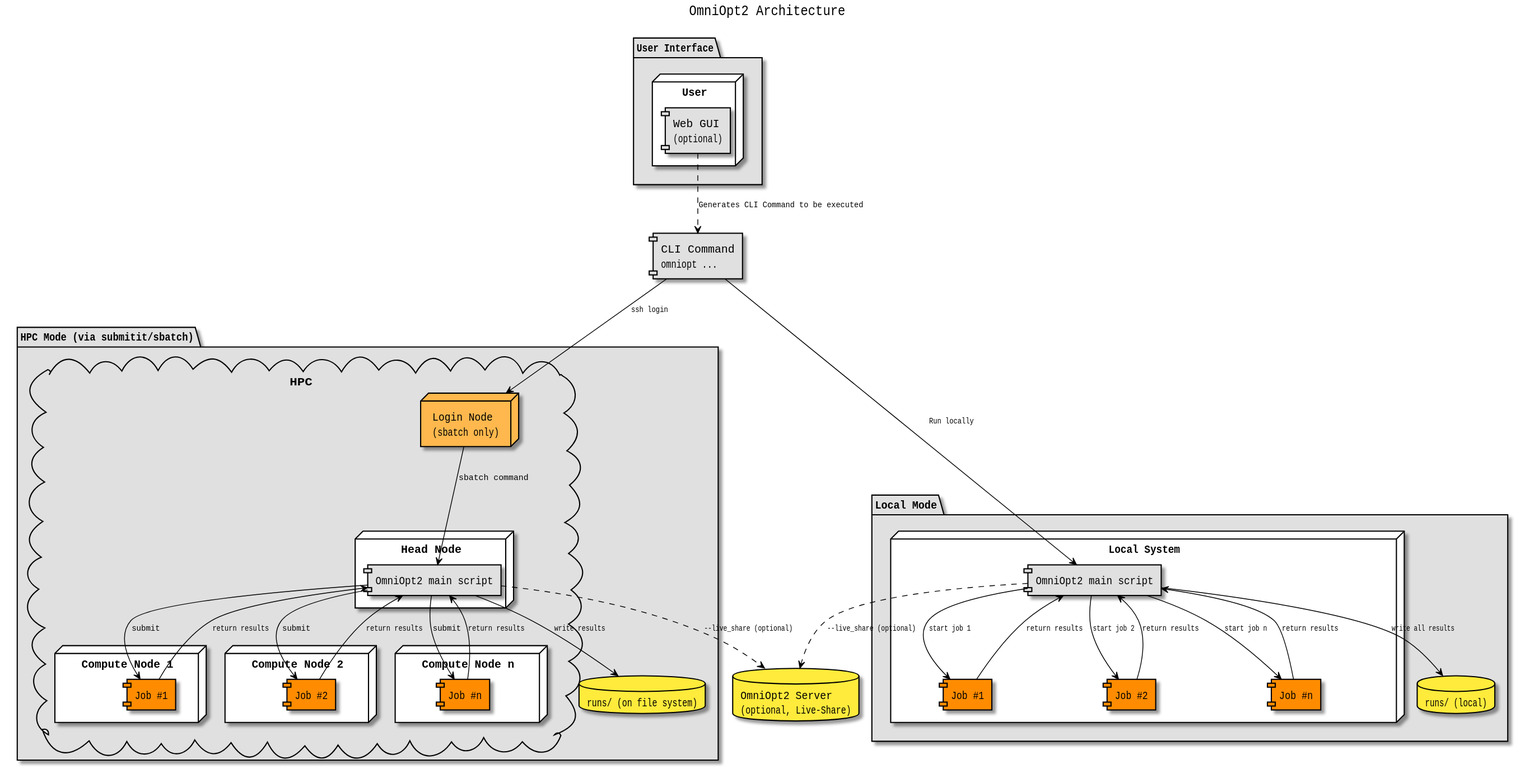
Above: .gui/documentation/output_light/architecture.svg in NormanTUD/OmniOpt (PlantUML), before the change.
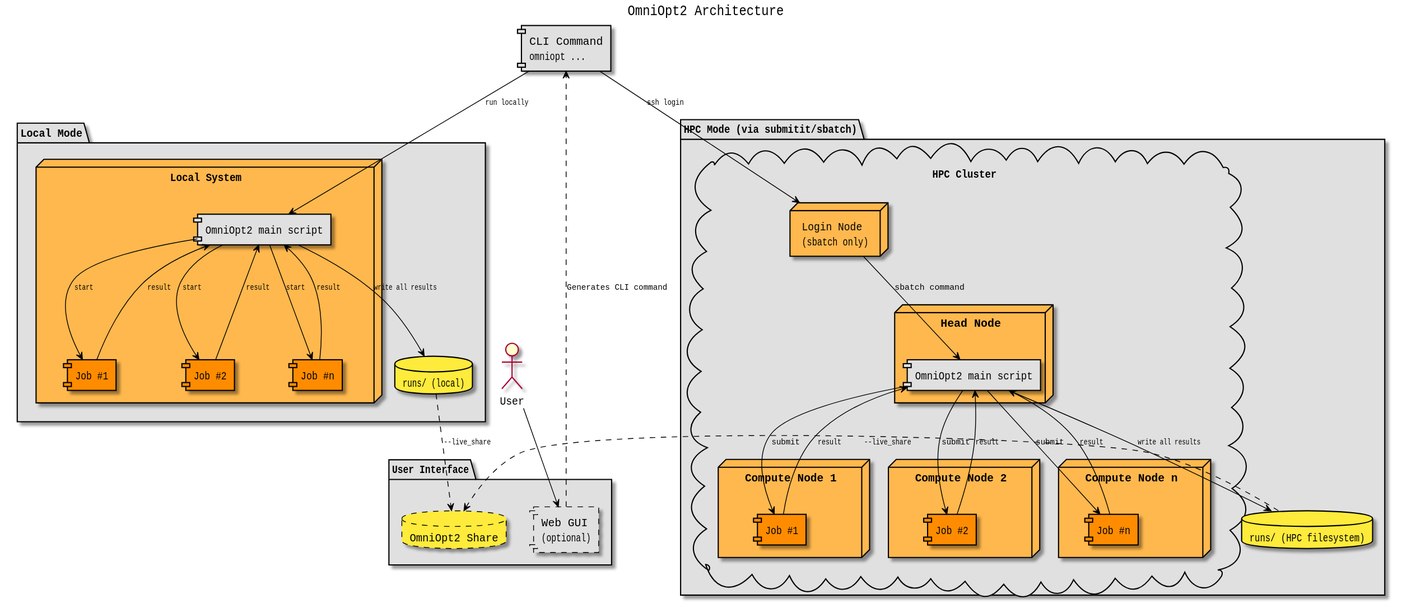
The same diagram one commit later.

Diff of the diagram source:
```diff
@@ -1,8 +1,9 @@
 @startuml
+
+actor User
 
   skinparam backgroundColor #ffffff
   skinparam defaultFontColor #000000
-  skinparam titleFontColor #000000
   skinparam componentFontColor #000000
   skinparam nodeFontColor #000000
   skinparam databaseFontColor #000000
@@ -10,7 +11,7 @@
   skinparam ArrowFontColor #000000
 
   skinparam componentBackgroundColor #e0e0e0
-  skinparam nodeBackgroundColor #FFB84D   ' helleres Orange
+  skinparam nodeBackgroundColor #FFB84D
   skinparam databaseBackgroundColor #FFEB3B
   skinparam packageBackgroundColor #e0e0e0
   skinparam cloudBackgroundColor #e0e0e0
@@ -29,80 +30,74 @@
 title OmniOpt2 Architecture
 
 package "User Interface" {
-  node "User" {
-    component "Web GUI\n(optional)" as GUI
-  }
+  component "Web GUI\n(optional)" as GUI #line.dashed
+  database "OmniOpt2 Share" as Share #line.dashed
 }
 
 component "CLI Command\nomniopt ..." as CLI
 
+GUI ..> CLI : Generates CLI command
+User --> GUI
 
-  GUI ..> CLI : Generates CLI Command to be executed
+package "Local Mode" {
+  database "runs/ (local)" as LocalRuns
 
-  database "OmniOpt2 Server\n(optional, Live-Share)" as OmniOpt2Server
+  node "Local System" {
+    component "OmniOpt2 main script" as LocalCore
 
-  package "Local Mode" {
-          database "runs/ (local)" as LocalRuns
-
-          node "Local System" {
-                  component "OmniOpt2 main script" as LocalCore
-
-                    component "Job #1" as LocalJobs1 #FF8C00
-                    component "Job #2" as LocalJobs2 #FF8C00
-                    component "Job #n" as LocalJobsN #FF8C00
-          }
-
-          CLI --> LocalCore : Run locally
-
-                  LocalCore --> LocalJobs1 : start job 1
-                  LocalJobs1 --> LocalCore : return results
-
-                  LocalCore --> LocalJobs2 : start job 2
-                  LocalJobs2 --> LocalCore : return results
-
-                  LocalCore --> LocalJobsN : start job n
-                  LocalJobsN --> LocalCore : return results
-
-                  LocalCore --> LocalRuns : write all results
-
-                  LocalCore ..> OmniOpt2Server : --live_share (optional)
+    component "Job #1" as LocalJob1 #FF8C00
+    component "Job #2" as LocalJob2 #FF8C00
+    component "Job #n" as LocalJobN #FF8C00
   }
 
-  package "HPC Mode (via submitit/sbatch)" {
+  CLI --> LocalCore : run locally
 
-    cloud "HPC" {
+  LocalCore --> LocalJob1 : start
+  LocalJob1 --> LocalCore : result
 
-        node "Login Node\n(sbatch only)" as LoginNode #FFB84D
-        node "Head Node" {
-          component "OmniOpt2 main script" as HPCMaster
-        }
-        node "Compute Node 1" {
-          component "Job #1" as Job1 #FF8C00
-        }
-        node "Compute Node 2" {
-          component "Job #2" as Job2 #FF8C00
-        }
-        node "Compute Node n" {
-          component "Job #n" as Job3 #FF8C00
-        }
+  LocalCore --> LocalJob2 : start
+  LocalJob2 --> LocalCore : result
 
+  LocalCore --> LocalJobN : start
+  LocalJobN --> LocalCore : result
+
+  LocalCore --> LocalRuns : write all results
+  LocalRuns ..> Share : --live_share
+}
+
+package "HPC Mode (via submitit/sbatch)" {
+  cloud "HPC Cluster" {
+
+    node "Login Node\n(sbatch only)" as LoginNode
+    node "Head Node" {
+      component "OmniOpt2 main script" as HPCMaster
     }
-
-    database "runs/ (on file system)" as HPCRuns
-
-    CLI --> LoginNode : ssh login
-    LoginNode --> HPCMaster : sbatch command
-
-    HPCMaster --> Job1 : submit
-    HPCMaster --> Job2 : submit
-    HPCMaster --> Job3 : submit
-
-    Job1 -down-> HPCMaster : return results
-    Job2 -down-> HPCMaster : return results
-    Job3 -down-> HPCMaster : return results
-
-    HPCMaster --> HPCRuns : write results
-    HPCMaster ..> OmniOpt2Server : --live_share (optional)
+    node "Compute Node 1" {
+      component "Job #1" as HPCJob1 #FF8C00
+    }
+    node "Compute Node 2" {
+      component "Job #2" as HPCJob2 #FF8C00
+    }
+    node "Compute Node n" {
+      component "Job #n" as HPCJobN #FF8C00
+    }
   }
 
+  database "runs/ (HPC filesystem)" as HPCRuns
+
+  CLI --> LoginNode : ssh login
+  LoginNode --> HPCMaster : sbatch command
+
+  HPCMaster --> HPCJob1 : submit
+  HPCMaster --> HPCJob2 : submit
+  HPCMaster --> HPCJobN : submit
+
+  HPCJob1 --> HPCMaster : result
+  HPCJob2 --> HPCMaster : result
+  HPCJobN --> HPCMaster : result
+
+  HPCMaster --> HPCRuns : write all results
+  HPCRuns ..> Share : --live_share
+}
+
 @enduml
```
